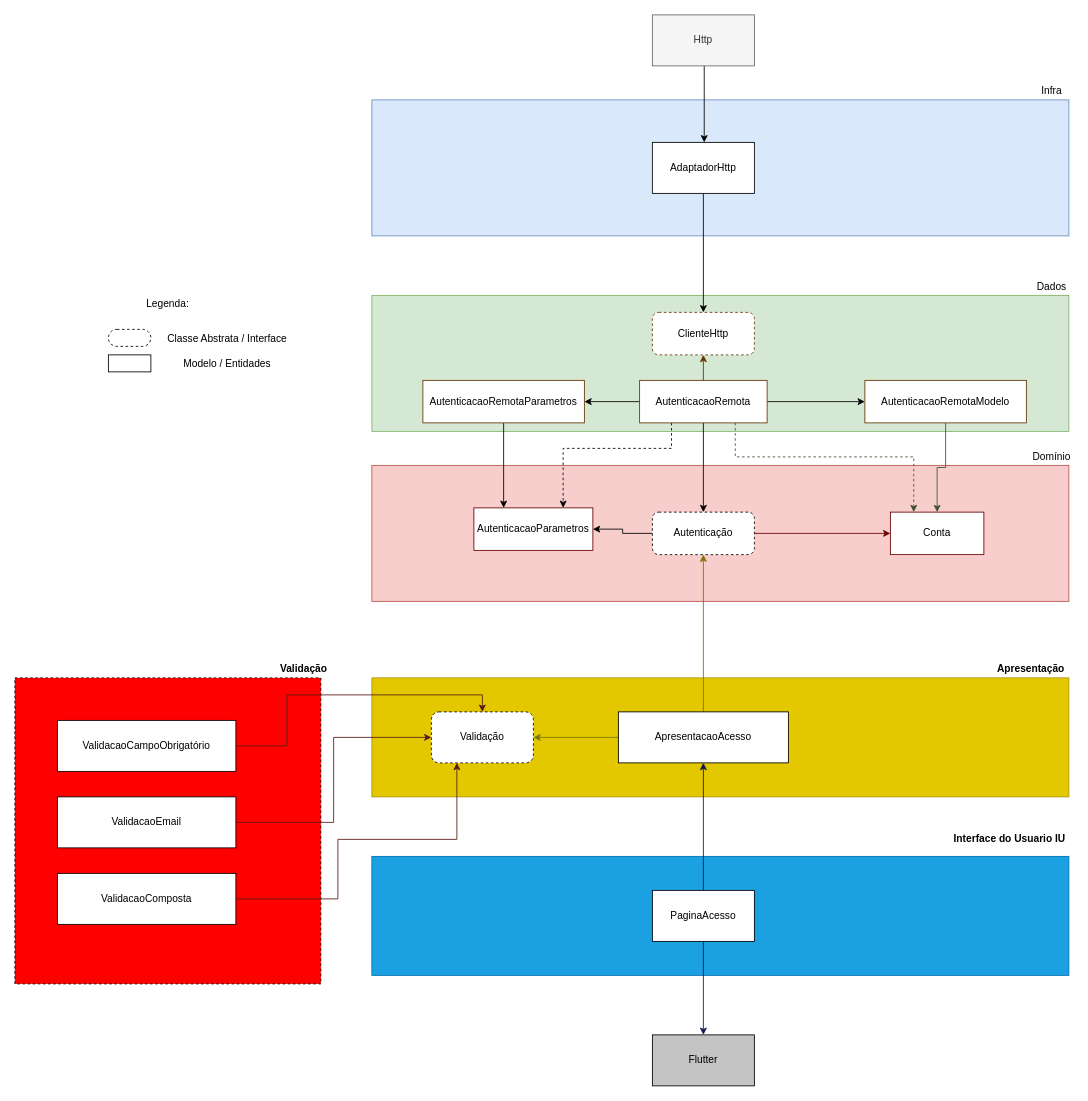
This is page "Acesso" (1 of 2) of requisitos/Questionario - Flutter.drawio from brunopenha/questionario_flutter, a draw.io file, before an edit. Source tidied: cells renumbered, new cells numbered last; positions are measured from the earlier drawing's top-left corner, leaving out a move shared by most shapes. Both pictures are drawn from the tidied source at 85%, with x=0, y=0 at pixel (14, 14).
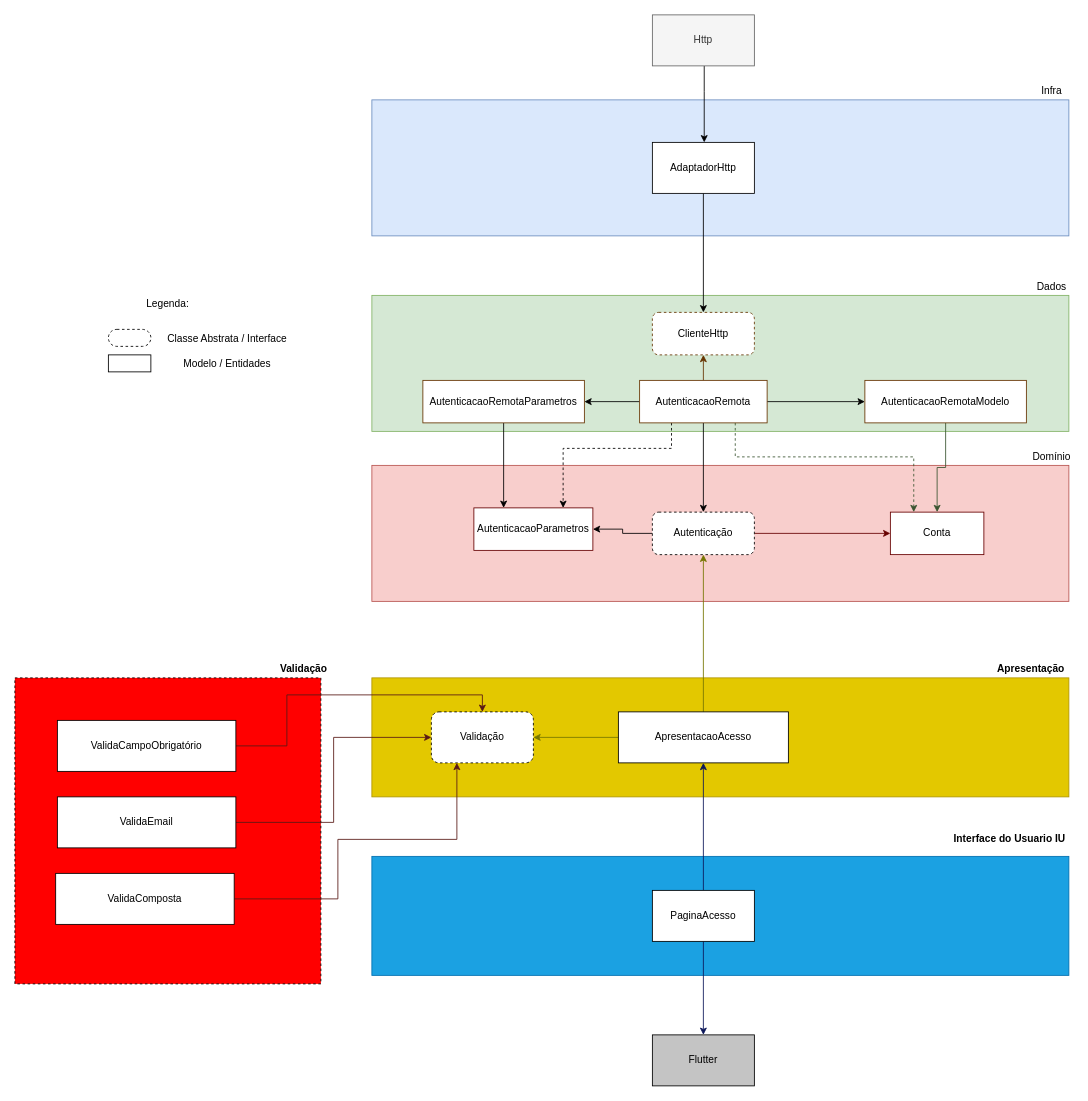
Above is the later version.

The edit, as a diff of the source:
```diff
@@
-    <mxCell id="45" value="ValidacaoCampoObrigatório" style="rounded=0;whiteSpace=wrap;html=1;fillColor=#FFFFFF;" parent="1" vertex="1">
+    <mxCell id="45" value="ValidaCampoObrigatório" style="rounded=0;whiteSpace=wrap;html=1;fillColor=#FFFFFF;" parent="1" vertex="1">
       <mxGeometry x="50" y="830" width="210" height="60" as="geometry" />
     </mxCell>
@@
-    <mxCell id="47" value="ValidacaoEmail" style="rounded=0;whiteSpace=wrap;html=1;fillColor=#FFFFFF;" parent="1" vertex="1">
+    <mxCell id="47" value="ValidaEmail" style="rounded=0;whiteSpace=wrap;html=1;fillColor=#FFFFFF;" parent="1" vertex="1">
       <mxGeometry x="50" y="920" width="210" height="60" as="geometry" />
     </mxCell>
@@
-    <mxCell id="49" value="ValidacaoComposta" style="rounded=0;whiteSpace=wrap;html=1;fillColor=#FFFFFF;" parent="1" vertex="1">
-      <mxGeometry x="50" y="1010" width="210" height="60" as="geometry" />
+    <mxCell id="49" value="ValidaComposta" style="rounded=0;whiteSpace=wrap;html=1;fillColor=#FFFFFF;" parent="1" vertex="1">
+      <mxGeometry x="48" y="1010" width="210" height="60" as="geometry" />
     </mxCell>
```
